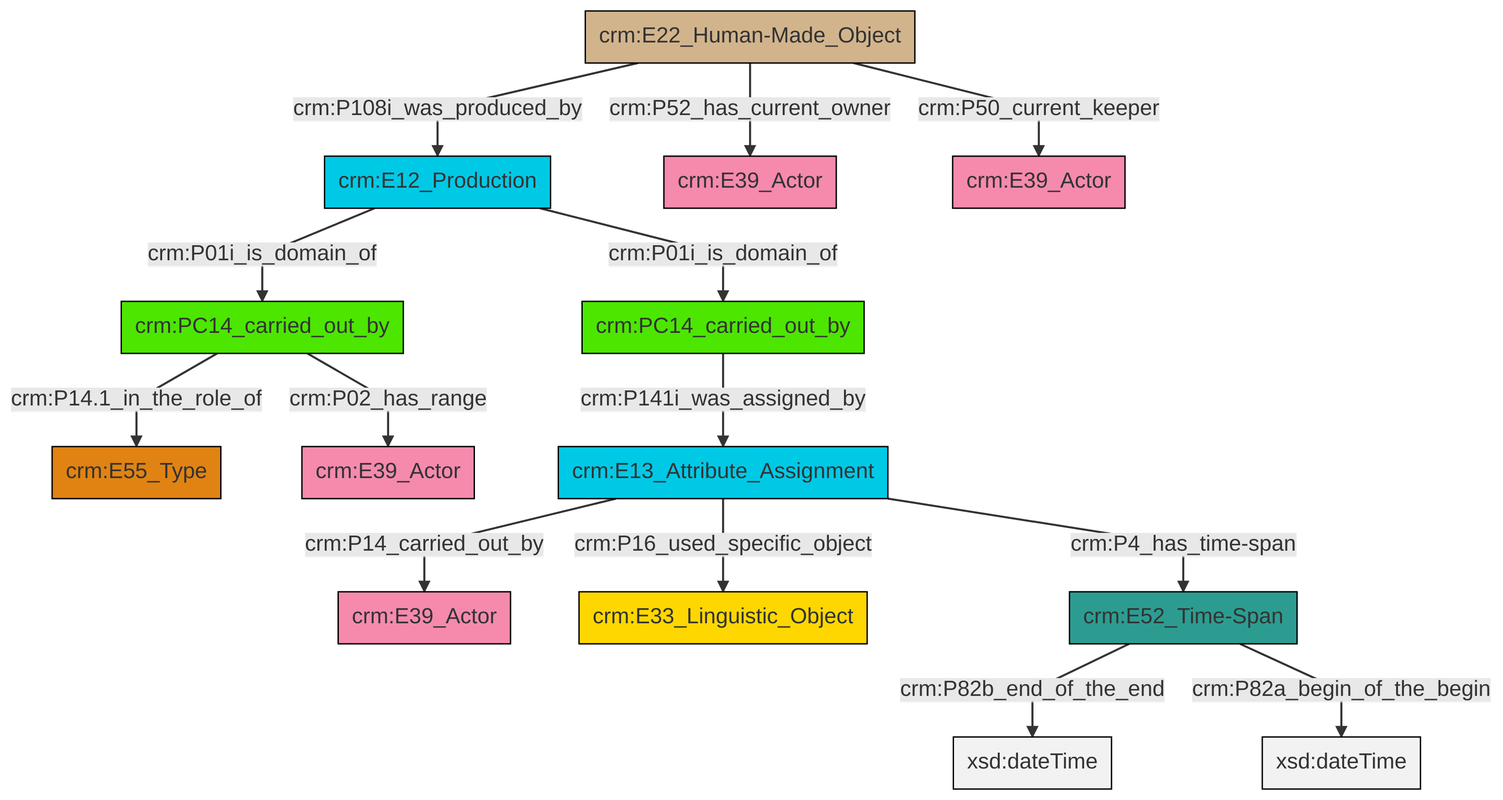
Before: et/carrierCSV/ttl/mmd/png/carrier_relations.png, a diagram exported from Mermaid (swiss-art-research-net/docs.swissartresearch). Its source is kept beside it as et/carrierCSV/ttl/mmd/carrier_relations.ttl.mmd. Source of this version:
```mermaid
graph TD
classDef Literal fill:#f2f2f2,stroke:#000000;
classDef CRM_Entity fill:#FFFFFF,stroke:#000000;
classDef Temporal_Entity fill:#00C9E6, stroke:#000000;
classDef Type fill:#E18312, stroke:#000000;
classDef Time-Span fill:#2C9C91, stroke:#000000;
classDef Appellation fill:#FFEB7F, stroke:#000000;
classDef Place fill:#008836, stroke:#000000;
classDef Persistent_Item fill:#B266B2, stroke:#000000;
classDef Conceptual_Object fill:#FFD700, stroke:#000000;
classDef Physical_Thing fill:#D2B48C, stroke:#000000;
classDef Actor fill:#f58aad, stroke:#000000;
classDef PC_Classes fill:#4ce600, stroke:#000000;
classDef Multi fill:#cccccc,stroke:#000000;

0["crm:E12_Production"]:::Temporal_Entity -->|crm:P01i_is_domain_of| 1["crm:PC14_carried_out_by"]:::PC_Classes
4["crm:E22_Human-Made_Object"]:::Physical_Thing -->|crm:P52_has_current_owner| 2["crm:E39_Actor"]:::Actor
0["crm:E12_Production"]:::Temporal_Entity -->|crm:P01i_is_domain_of| 9["crm:PC14_carried_out_by"]:::PC_Classes
10["crm:E13_Attribute_Assignment"]:::Temporal_Entity -->|crm:P14_carried_out_by| 11["crm:E39_Actor"]:::Actor
9["crm:PC14_carried_out_by"]:::PC_Classes -->|crm:P02_has_range| 7["crm:E39_Actor"]:::Actor
4["crm:E22_Human-Made_Object"]:::Physical_Thing -->|crm:P108i_was_produced_by| 0["crm:E12_Production"]:::Temporal_Entity
10["crm:E13_Attribute_Assignment"]:::Temporal_Entity -->|crm:P16_used_specific_object| 13["crm:E33_Linguistic_Object"]:::Conceptual_Object
16["crm:E52_Time-Span"]:::Time-Span -->|crm:P82b_end_of_the_end| 17[xsd:dateTime]:::Literal
4["crm:E22_Human-Made_Object"]:::Physical_Thing -->|crm:P50_current_keeper| 19["crm:E39_Actor"]:::Actor
10["crm:E13_Attribute_Assignment"]:::Temporal_Entity -->|crm:P4_has_time-span| 16["crm:E52_Time-Span"]:::Time-Span
16["crm:E52_Time-Span"]:::Time-Span -->|crm:P82a_begin_of_the_begin| 22[xsd:dateTime]:::Literal
1["crm:PC14_carried_out_by"]:::PC_Classes -->|crm:P141i_was_assigned_by| 10["crm:E13_Attribute_Assignment"]:::Temporal_Entity
9["crm:PC14_carried_out_by"]:::PC_Classes -->|crm:P14.1_in_the_role_of| 5["crm:E55_Type"]:::Type
```
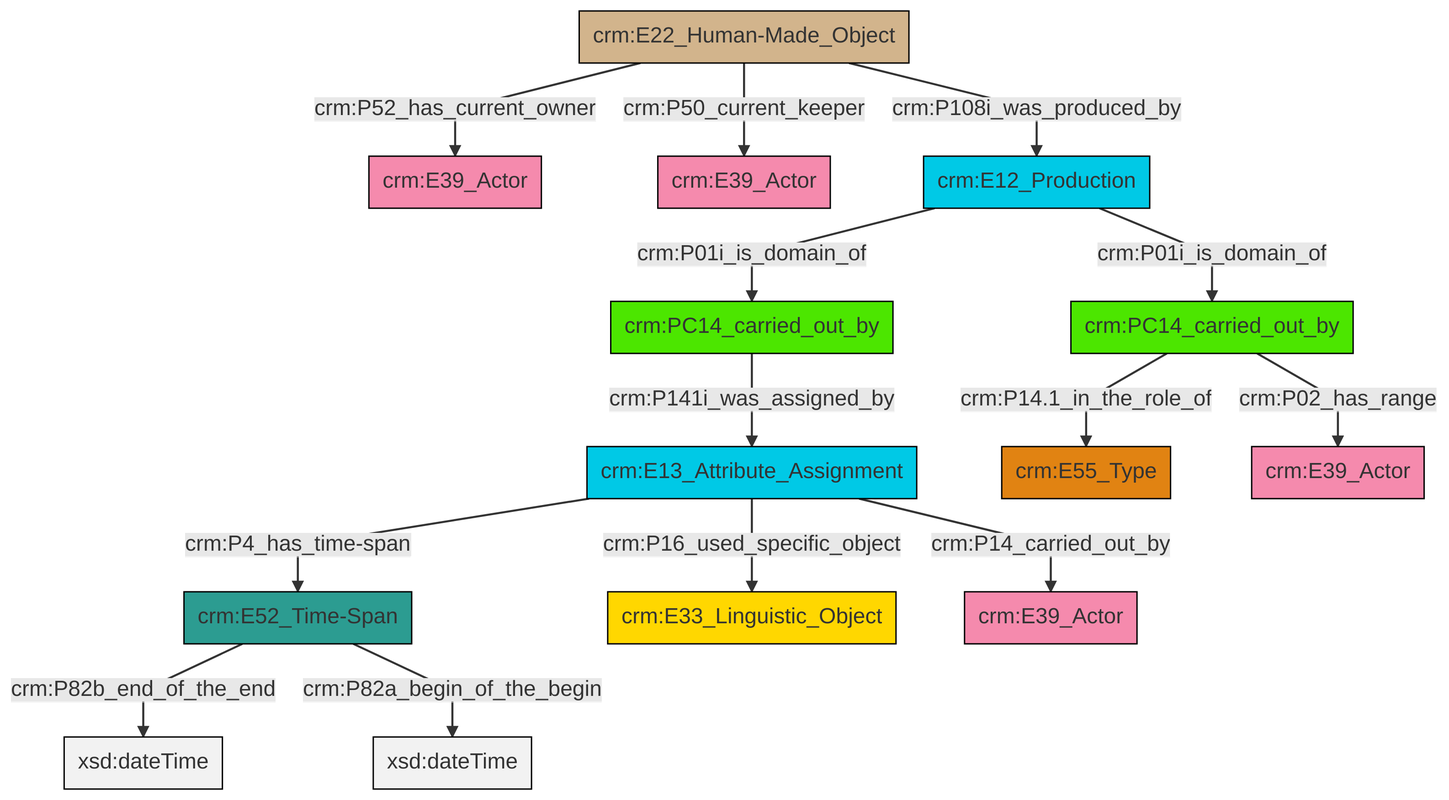
After the commit.

Diff of the diagram source:
```diff
@@ -13,16 +13,16 @@
 classDef PC_Classes fill:#4ce600, stroke:#000000;
 classDef Multi fill:#cccccc,stroke:#000000;
 
-0["crm:E12_Production"]:::Temporal_Entity -->|crm:P01i_is_domain_of| 1["crm:PC14_carried_out_by"]:::PC_Classes
-4["crm:E22_Human-Made_Object"]:::Physical_Thing -->|crm:P52_has_current_owner| 2["crm:E39_Actor"]:::Actor
-0["crm:E12_Production"]:::Temporal_Entity -->|crm:P01i_is_domain_of| 9["crm:PC14_carried_out_by"]:::PC_Classes
-10["crm:E13_Attribute_Assignment"]:::Temporal_Entity -->|crm:P14_carried_out_by| 11["crm:E39_Actor"]:::Actor
-9["crm:PC14_carried_out_by"]:::PC_Classes -->|crm:P02_has_range| 7["crm:E39_Actor"]:::Actor
-4["crm:E22_Human-Made_Object"]:::Physical_Thing -->|crm:P108i_was_produced_by| 0["crm:E12_Production"]:::Temporal_Entity
-10["crm:E13_Attribute_Assignment"]:::Temporal_Entity -->|crm:P16_used_specific_object| 13["crm:E33_Linguistic_Object"]:::Conceptual_Object
-16["crm:E52_Time-Span"]:::Time-Span -->|crm:P82b_end_of_the_end| 17[xsd:dateTime]:::Literal
-4["crm:E22_Human-Made_Object"]:::Physical_Thing -->|crm:P50_current_keeper| 19["crm:E39_Actor"]:::Actor
-10["crm:E13_Attribute_Assignment"]:::Temporal_Entity -->|crm:P4_has_time-span| 16["crm:E52_Time-Span"]:::Time-Span
-16["crm:E52_Time-Span"]:::Time-Span -->|crm:P82a_begin_of_the_begin| 22[xsd:dateTime]:::Literal
-1["crm:PC14_carried_out_by"]:::PC_Classes -->|crm:P141i_was_assigned_by| 10["crm:E13_Attribute_Assignment"]:::Temporal_Entity
-9["crm:PC14_carried_out_by"]:::PC_Classes -->|crm:P14.1_in_the_role_of| 5["crm:E55_Type"]:::Type
+2["crm:E22_Human-Made_Object"]:::Physical_Thing -->|crm:P52_has_current_owner| 3["crm:E39_Actor"]:::Actor
+4["crm:E13_Attribute_Assignment"]:::Temporal_Entity -->|crm:P4_has_time-span| 5["crm:E52_Time-Span"]:::Time-Span
+8["crm:PC14_carried_out_by"]:::PC_Classes -->|crm:P14.1_in_the_role_of| 6["crm:E55_Type"]:::Type
+13["crm:E12_Production"]:::Temporal_Entity -->|crm:P01i_is_domain_of| 0["crm:PC14_carried_out_by"]:::PC_Classes
+2["crm:E22_Human-Made_Object"]:::Physical_Thing -->|crm:P50_current_keeper| 11["crm:E39_Actor"]:::Actor
+5["crm:E52_Time-Span"]:::Time-Span -->|crm:P82b_end_of_the_end| 15[xsd:dateTime]:::Literal
+4["crm:E13_Attribute_Assignment"]:::Temporal_Entity -->|crm:P14_carried_out_by| 18["crm:E39_Actor"]:::Actor
+2["crm:E22_Human-Made_Object"]:::Physical_Thing -->|crm:P108i_was_produced_by| 13["crm:E12_Production"]:::Temporal_Entity
+5["crm:E52_Time-Span"]:::Time-Span -->|crm:P82a_begin_of_the_begin| 19[xsd:dateTime]:::Literal
+8["crm:PC14_carried_out_by"]:::PC_Classes -->|crm:P02_has_range| 9["crm:E39_Actor"]:::Actor
+13["crm:E12_Production"]:::Temporal_Entity -->|crm:P01i_is_domain_of| 8["crm:PC14_carried_out_by"]:::PC_Classes
+0["crm:PC14_carried_out_by"]:::PC_Classes -->|crm:P141i_was_assigned_by| 4["crm:E13_Attribute_Assignment"]:::Temporal_Entity
+4["crm:E13_Attribute_Assignment"]:::Temporal_Entity -->|crm:P16_used_specific_object| 16["crm:E33_Linguistic_Object"]:::Conceptual_Object
```
